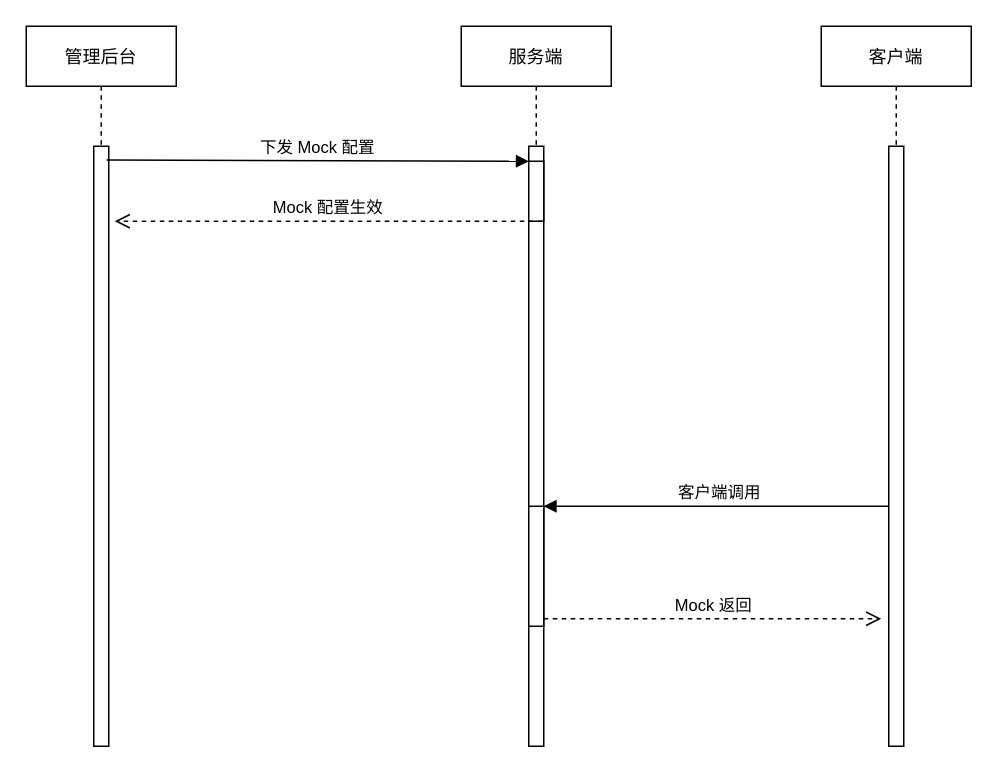
ganziwen/diagrams keeps this draw.io diagram as cdn/Mock.drawio. Above is the earlier version. Source tidied: cells renumbered, new cells numbered last; positions are measured from the earlier drawing's top-left corner, leaving out a move shared by most shapes. Both pictures are drawn from the tidied source at 150%, with x=0, y=0 at pixel (26, 26).
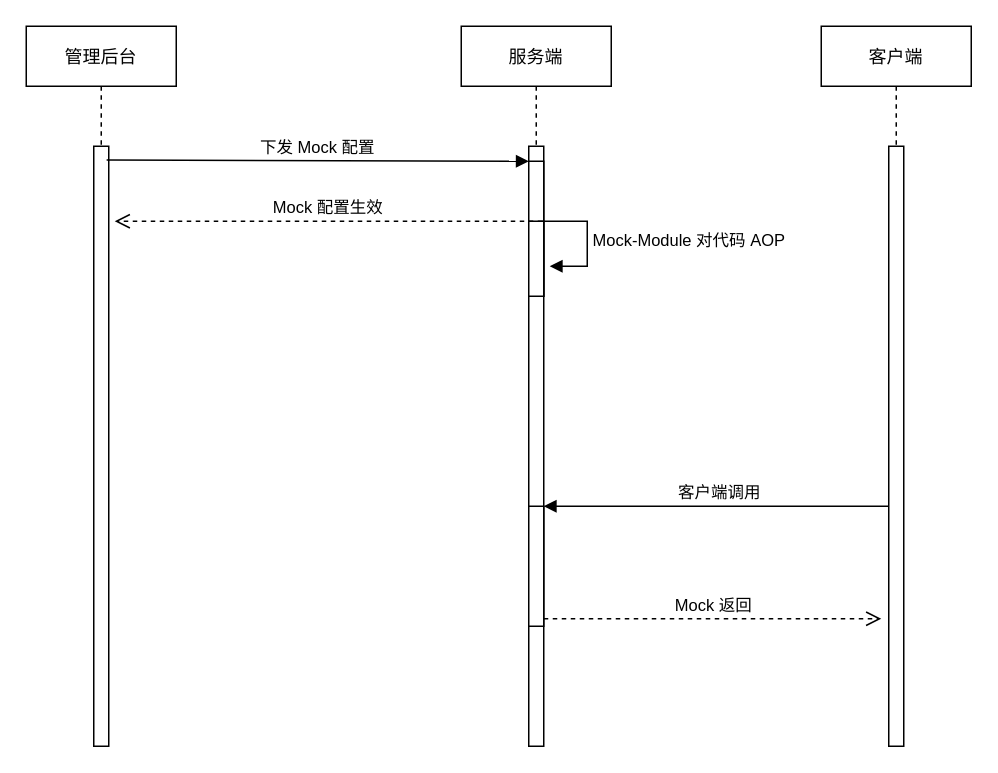
The same page after the edit.

Unchanged cells that the change refers to:
```xml
<mxCell id="4" value="服务端" style="shape=umlLifeline;perimeter=lifelinePerimeter;rounded=0;shadow=0;strokeWidth=1;" parent="1" vertex="1">
  <mxGeometry x="290" width="100" height="480" as="geometry" />
</mxCell>
```

What changed in the source:
```diff
@@
     <mxCell id="6" style="html=1;points=[];perimeter=orthogonalPerimeter;outlineConnect=0;targetShapes=umlLifeline;portConstraint=eastwest;newEdgeStyle={&quot;edgeStyle&quot;:&quot;elbowEdgeStyle&quot;,&quot;elbow&quot;:&quot;vertical&quot;,&quot;curved&quot;:0,&quot;rounded&quot;:0};" parent="4" vertex="1">
-      <mxGeometry x="45" y="90" width="10" height="40" as="geometry" />
+      <mxGeometry x="45" y="90" width="10" height="90" as="geometry" />
     </mxCell>
@@
+    <mxCell id="14" style="html=1;perimeter=orthogonalPerimeter;targetShapes=umlLifeline;newEdgeStyle={&quot;edgeStyle&quot;:&quot;elbowEdgeStyle&quot;,&quot;elbow&quot;:&quot;vertical&quot;,&quot;curved&quot;:0,&quot;rounded&quot;:0};" parent="4" vertex="1">
+      <mxGeometry x="45" y="130" width="10" height="50" as="geometry" />
+    </mxCell>
+    <mxCell id="15" value="Mock-Module 对代码 AOP" style="html=1;align=left;spacingLeft=2;endArrow=block;rounded=0;edgeStyle=orthogonalEdgeStyle;curved=0;rounded=0;" parent="4" edge="1">
+      <mxGeometry relative="1" as="geometry">
+        <mxPoint x="54" y="130" as="sourcePoint" />
+        <mxPoint x="59" y="160" as="targetPoint" />
+        <Array as="points">
+          <mxPoint x="84" y="160" />
+        </Array>
+      </mxGeometry>
+    </mxCell>
```
